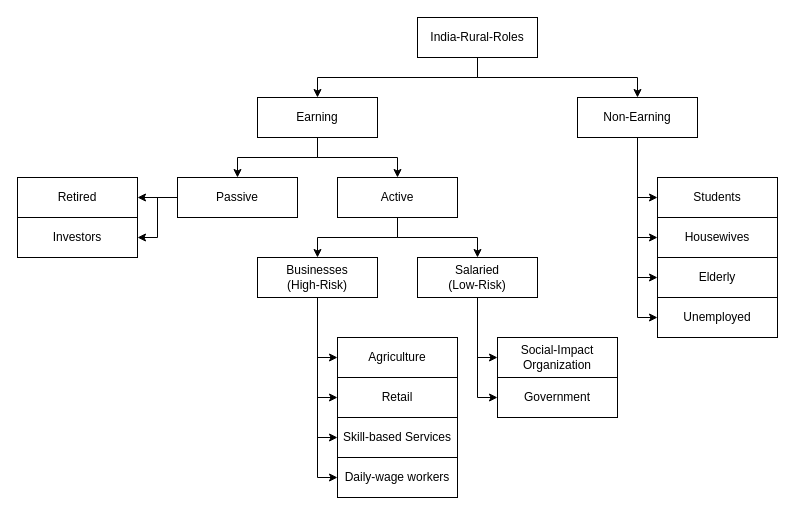
The draw.io diagram page "Rural-Roles" (4 of 8) of india-lab/india-lab-2021.drawio in akshitsingla/drawio-diagrams, before the edit. Source tidied: cells renumbered, new cells numbered last; positions are measured from the earlier drawing's top-left corner, leaving out a move shared by most shapes. Both pictures are drawn from the tidied source at 100%, with x=0, y=0 at pixel (17, 17).
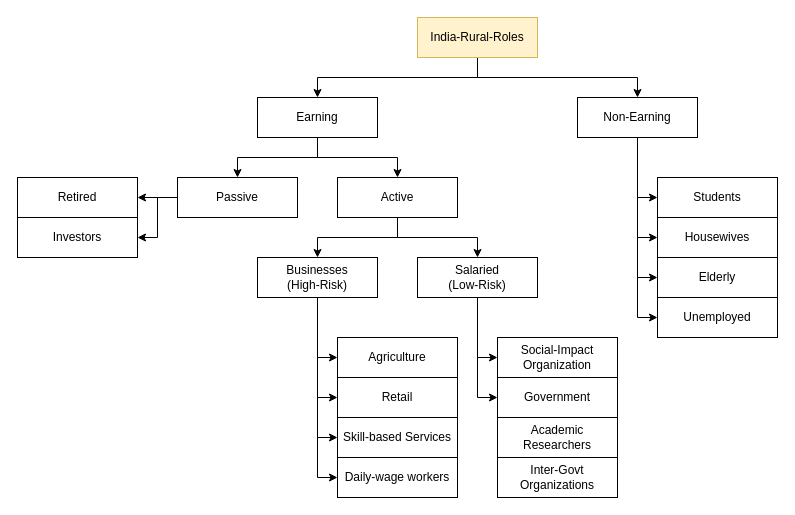
The same page after the edit.

The edit, as a diff of the source:
```diff
@@
-    <mxCell id="4" value="India-Rural-Roles" style="rounded=0;whiteSpace=wrap;html=1;" parent="1" vertex="1">
+    <mxCell id="4" value="India-Rural-Roles" style="rounded=0;whiteSpace=wrap;html=1;fillColor=#fff2cc;strokeColor=#d6b656;" parent="1" vertex="1">
       <mxGeometry x="400" width="120" height="40" as="geometry" />
     </mxCell>
@@
+    <mxCell id="39" value="Academic Researchers" style="rounded=0;whiteSpace=wrap;html=1;" parent="1" vertex="1">
+      <mxGeometry x="480" y="400" width="120" height="40" as="geometry" />
+    </mxCell>
+    <mxCell id="40" value="Inter-Govt Organizations" style="rounded=0;whiteSpace=wrap;html=1;" parent="1" vertex="1">
+      <mxGeometry x="480" y="440" width="120" height="40" as="geometry" />
+    </mxCell>
```
